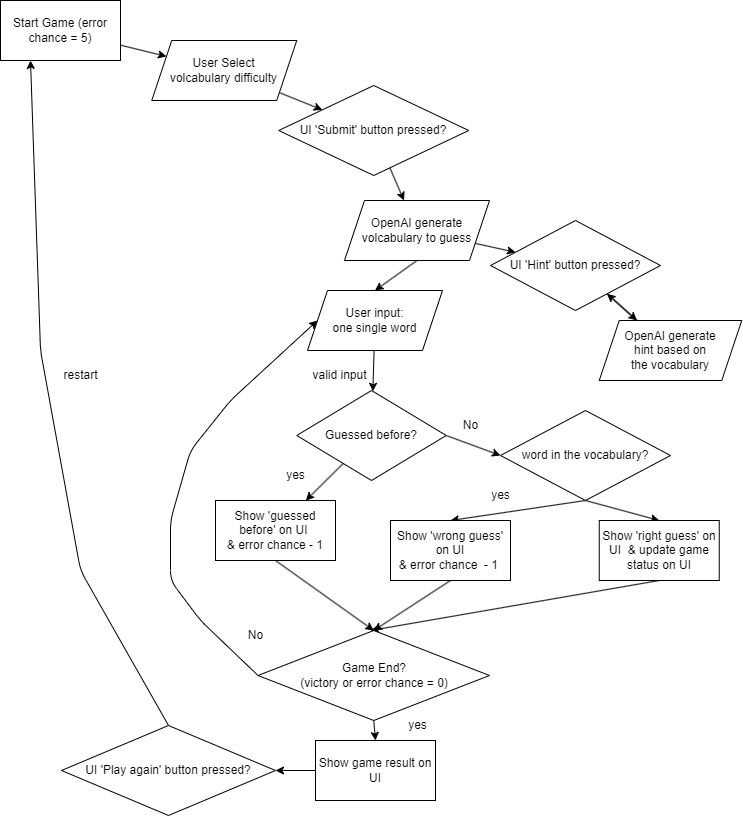
The draw.io diagram images/flowChart.png in YenYu-Tung/BDS_final_project, before a commit. Source tidied: cells renumbered, new cells last; positions are measured from the earlier drawing's top-left corner, leaving out a move shared by most shapes.
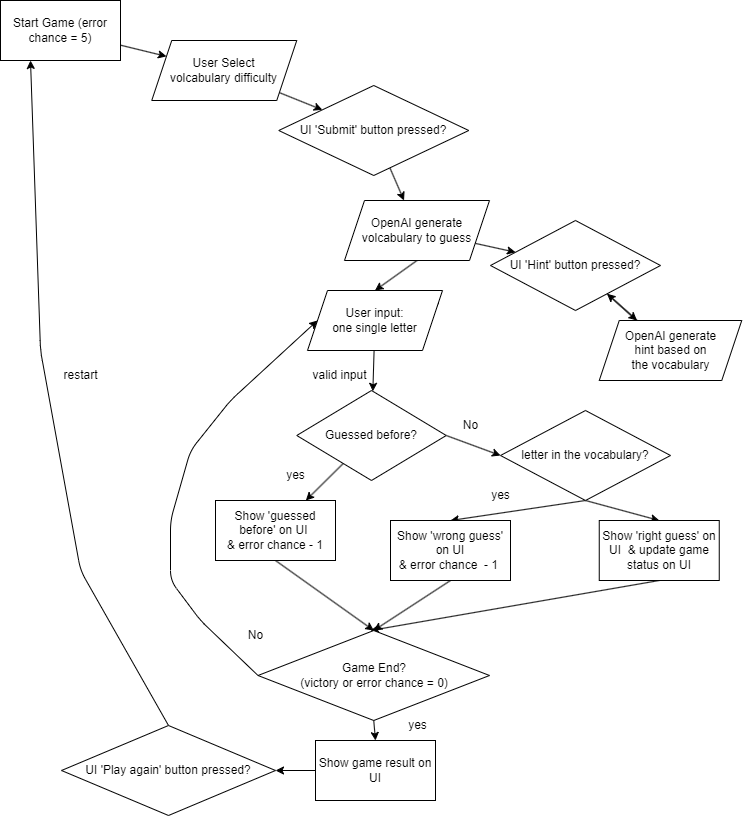
The same file after the commit.

Diff of the diagram source:
```diff
@@ -49,7 +49,7 @@
     <mxCell id="16" style="edgeStyle=none;html=1;" parent="1" edge="1" source="17" target="20">
       <mxGeometry relative="1" as="geometry" />
     </mxCell>
-    <mxCell id="17" value="User input: &lt;br&gt;one single word" style="shape=parallelogram;perimeter=parallelogramPerimeter;whiteSpace=wrap;html=1;fixedSize=1;" parent="1" vertex="1">
+    <mxCell id="17" value="User input: &lt;br&gt;one single letter" style="shape=parallelogram;perimeter=parallelogramPerimeter;whiteSpace=wrap;html=1;fixedSize=1;" parent="1" vertex="1">
       <mxGeometry x="307" y="290" width="135" height="60" as="geometry" />
     </mxCell>
     <mxCell id="18" style="edgeStyle=none;html=1;exitX=1;exitY=0.5;exitDx=0;exitDy=0;entryX=0;entryY=0.5;entryDx=0;entryDy=0;" parent="1" edge="1" source="20" target="26">
@@ -76,7 +76,7 @@
     <mxCell id="25" style="edgeStyle=none;html=1;exitX=0.5;exitY=1;exitDx=0;exitDy=0;entryX=0.5;entryY=0;entryDx=0;entryDy=0;" parent="1" edge="1" source="26" target="33">
       <mxGeometry relative="1" as="geometry" />
     </mxCell>
-    <mxCell id="26" value="word in the vocabulary?" style="rhombus;whiteSpace=wrap;html=1;" parent="1" vertex="1">
+    <mxCell id="26" value="letter in the vocabulary?" style="rhombus;whiteSpace=wrap;html=1;" parent="1" vertex="1">
       <mxGeometry x="500" y="410" width="170" height="90" as="geometry" />
     </mxCell>
     <mxCell id="27" value="valid input" style="text;html=1;align=center;verticalAlign=middle;strokeColor=none;fillColor=none;" parent="1" vertex="1">
```
